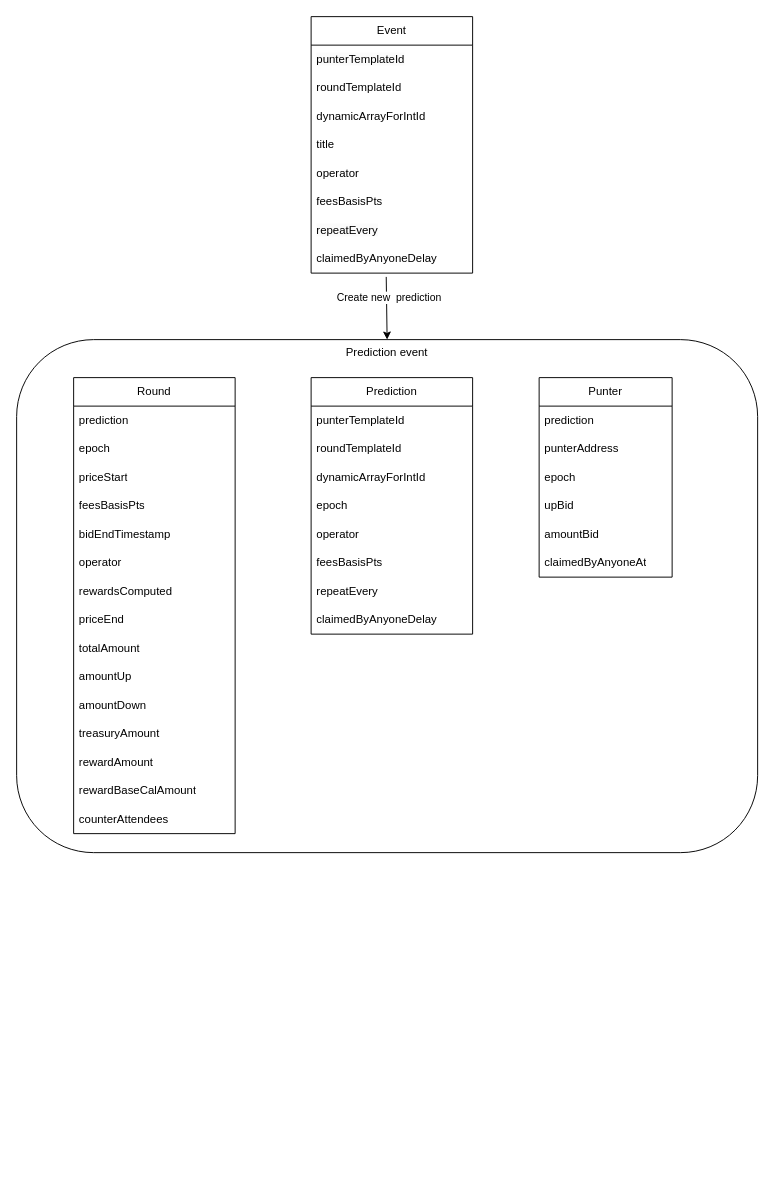
Earlier version of the draw.io diagram page "Page-3" (3 of 6) of docs/diagram.drawio (notrustverify/predictalph-contracts). Source tidied: cells renumbered, new cells numbered last; positions are measured from the earlier drawing's top-left corner, leaving out a move shared by most shapes. Both pictures are drawn from the tidied source at 95%, with x=0, y=0 at pixel (16, 16).
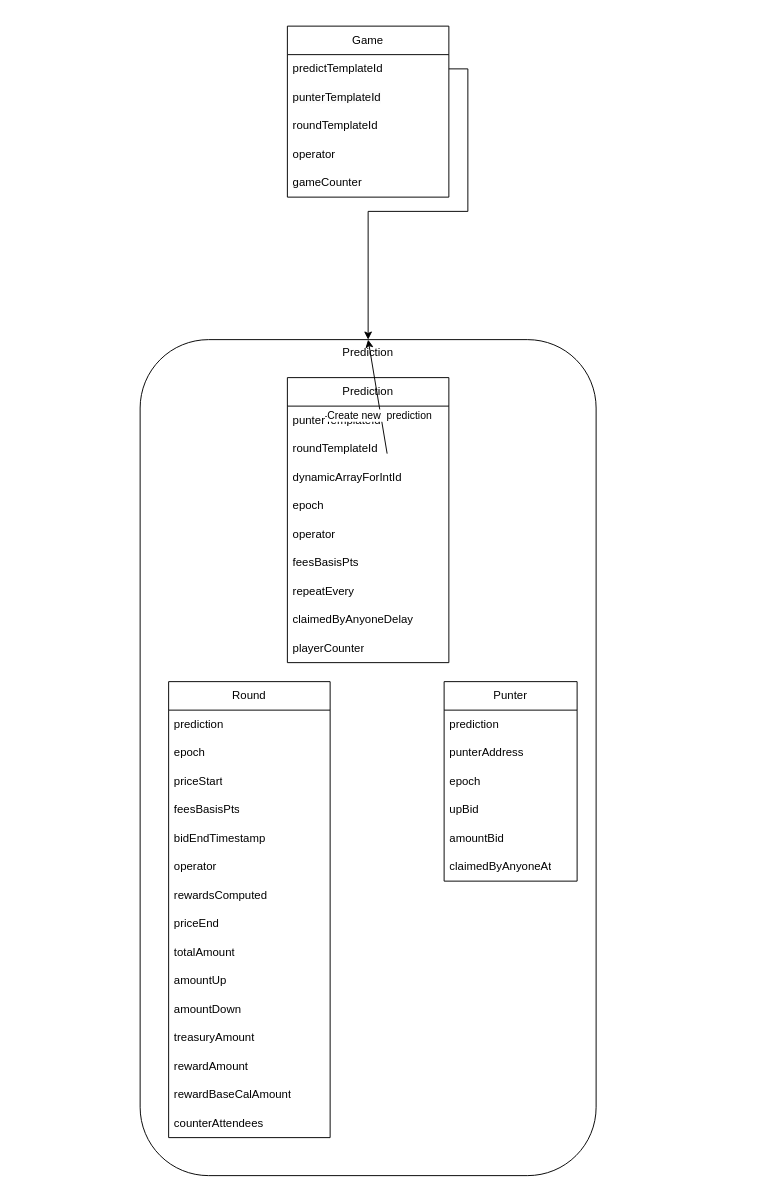
The same page after the edit.

Diff of the diagram source:
```diff
@@
+    <mxCell id="46" style="edgeStyle=orthogonalEdgeStyle;rounded=0;jettySize=auto;html=1;exitX=0.5;exitY=0;exitDx=0;exitDy=0;entryX=1;entryY=0.5;entryDx=0;entryDy=0;startArrow=classic;startFill=1;endArrow=none;endFill=0;" parent="1" edge="1" source="2" target="48">
+      <mxGeometry relative="1" as="geometry" />
+    </mxCell>
-    <mxCell id="2" value="Prediction event" style="rounded=1;whiteSpace=wrap;html=1;verticalAlign=top;" parent="1" vertex="1">
-      <mxGeometry y="340" width="780" height="540" as="geometry" />
+    <mxCell id="2" value="Prediction" style="rounded=1;whiteSpace=wrap;html=1;verticalAlign=top;" parent="1" vertex="1">
+      <mxGeometry x="130" y="340" width="480" height="880" as="geometry" />
     </mxCell>
     <mxCell id="3" value="Prediction" style="swimlane;fontStyle=0;horizontal=1;startSize=30;whiteSpace=wrap;html=1;" parent="1" vertex="1">
-      <mxGeometry x="310" y="380" width="170" height="270" as="geometry" />
+      <mxGeometry x="285" y="380" width="170" height="300" as="geometry" />
     </mxCell>
@@
+    <mxCell id="47" value="playerCounter" style="text;strokeColor=none;fillColor=none;align=left;verticalAlign=middle;spacingLeft=4;spacingRight=4;overflow=hidden;whiteSpace=wrap;html=1;" parent="3" vertex="1">
+      <mxGeometry y="270" width="170" height="30" as="geometry" />
+    </mxCell>
     <mxCell id="12" value="Punter" style="swimlane;fontStyle=0;horizontal=1;startSize=30;whiteSpace=wrap;html=1;" parent="1" vertex="1">
-      <mxGeometry x="550" y="380" width="140" height="210" as="geometry" />
+      <mxGeometry x="450" y="700" width="140" height="210" as="geometry" />
     </mxCell>
@@
     <mxCell id="19" value="Round" style="swimlane;fontStyle=0;horizontal=1;startSize=30;whiteSpace=wrap;html=1;" parent="1" vertex="1">
-      <mxGeometry x="60" y="380" width="170" height="480" as="geometry" />
+      <mxGeometry x="160" y="700" width="170" height="480" as="geometry" />
     </mxCell>
@@
-    <mxCell id="35" value="Event" style="swimlane;fontStyle=0;horizontal=1;startSize=30;whiteSpace=wrap;html=1;" parent="1" vertex="1">
-      <mxGeometry x="310" width="170" height="270" as="geometry" />
+    <mxCell id="35" value="Game" style="swimlane;fontStyle=0;horizontal=1;startSize=30;whiteSpace=wrap;html=1;" parent="1" vertex="1">
+      <mxGeometry x="285" y="10" width="170" height="180" as="geometry" />
     </mxCell>
+    <mxCell id="48" value="predictTemplateId" style="text;strokeColor=none;fillColor=none;align=left;verticalAlign=middle;spacingLeft=4;spacingRight=4;overflow=hidden;points=[[0,0.5],[1,0.5]];portConstraint=eastwest;whiteSpace=wrap;html=1;" parent="35" vertex="1">
+      <mxGeometry y="30" width="170" height="30" as="geometry" />
+    </mxCell>
     <mxCell id="36" value="&lt;span style=&quot;color: rgb(0, 0, 0); font-family: Helvetica; font-size: 12px; font-style: normal; font-variant-ligatures: normal; font-variant-caps: normal; font-weight: 400; letter-spacing: normal; orphans: 2; text-align: left; text-indent: 0px; text-transform: none; widows: 2; word-spacing: 0px; -webkit-text-stroke-width: 0px; background-color: rgb(251, 251, 251); text-decoration-thickness: initial; text-decoration-style: initial; text-decoration-color: initial; float: none; display: inline !important;&quot;&gt;punterTemplateId&lt;/span&gt;" style="text;strokeColor=none;fillColor=none;align=left;verticalAlign=middle;spacingLeft=4;spacingRight=4;overflow=hidden;whiteSpace=wrap;html=1;" parent="35" vertex="1">
-      <mxGeometry y="30" width="170" height="30" as="geometry" />
+      <mxGeometry y="60" width="170" height="30" as="geometry" />
     </mxCell>
     <mxCell id="37" value="roundTemplateId" style="text;strokeColor=none;fillColor=none;align=left;verticalAlign=middle;spacingLeft=4;spacingRight=4;overflow=hidden;whiteSpace=wrap;html=1;" parent="35" vertex="1">
-      <mxGeometry y="60" width="170" height="30" as="geometry" />
+      <mxGeometry y="90" width="170" height="30" as="geometry" />
     </mxCell>
-    <mxCell id="38" value="dynamicArrayForIntId" style="text;strokeColor=none;fillColor=none;align=left;verticalAlign=middle;spacingLeft=4;spacingRight=4;overflow=hidden;whiteSpace=wrap;html=1;" parent="35" vertex="1">
-      <mxGeometry y="90" width="170" height="30" as="geometry" />
-    </mxCell>
-    <mxCell id="39" value="title" style="text;strokeColor=none;fillColor=none;align=left;verticalAlign=middle;spacingLeft=4;spacingRight=4;overflow=hidden;whiteSpace=wrap;html=1;" parent="35" vertex="1">
-      <mxGeometry y="120" width="170" height="30" as="geometry" />
-    </mxCell>
     <mxCell id="40" value="operator" style="text;strokeColor=none;fillColor=none;align=left;verticalAlign=middle;spacingLeft=4;spacingRight=4;overflow=hidden;whiteSpace=wrap;html=1;" parent="35" vertex="1">
-      <mxGeometry y="150" width="170" height="30" as="geometry" />
+      <mxGeometry y="120" width="170" height="30" as="geometry" />
     </mxCell>
-    <mxCell id="41" value="feesBasisPts" style="text;strokeColor=none;fillColor=none;align=left;verticalAlign=middle;spacingLeft=4;spacingRight=4;overflow=hidden;whiteSpace=wrap;html=1;" parent="35" vertex="1">
-      <mxGeometry y="180" width="170" height="30" as="geometry" />
-    </mxCell>
-    <mxCell id="42" value="&lt;span style=&quot;color: rgb(0, 0, 0); font-family: Helvetica; font-size: 12px; font-style: normal; font-variant-ligatures: normal; font-variant-caps: normal; font-weight: 400; letter-spacing: normal; orphans: 2; text-align: left; text-indent: 0px; text-transform: none; widows: 2; word-spacing: 0px; -webkit-text-stroke-width: 0px; background-color: rgb(251, 251, 251); text-decoration-thickness: initial; text-decoration-style: initial; text-decoration-color: initial; float: none; display: inline !important;&quot;&gt;repeatEvery&lt;/span&gt;" style="text;strokeColor=none;fillColor=none;align=left;verticalAlign=middle;spacingLeft=4;spacingRight=4;overflow=hidden;whiteSpace=wrap;html=1;" parent="35" vertex="1">
-      <mxGeometry y="210" width="170" height="30" as="geometry" />
-    </mxCell>
-    <mxCell id="43" value="claimedByAnyoneDelay" style="text;strokeColor=none;fillColor=none;align=left;verticalAlign=middle;spacingLeft=4;spacingRight=4;overflow=hidden;points=[[0,0.5],[1,0.5]];portConstraint=eastwest;whiteSpace=wrap;html=1;" parent="35" vertex="1">
-      <mxGeometry y="240" width="170" height="30" as="geometry" />
-    </mxCell>
+    <mxCell id="49" value="gameCounter" style="text;strokeColor=none;fillColor=none;align=left;verticalAlign=middle;spacingLeft=4;spacingRight=4;overflow=hidden;whiteSpace=wrap;html=1;" parent="35" vertex="1">
+      <mxGeometry y="150" width="170" height="30" as="geometry" />
+    </mxCell>
-    <mxCell id="44" style="endArrow=classic;html=1;rounded=0;exitX=0.465;exitY=1.133;exitDx=0;exitDy=0;exitPerimeter=0;entryX=0.5;entryY=0;entryDx=0;entryDy=0;" parent="1" edge="1" source="43" target="2">
-      <mxGeometry relative="1" as="geometry" />
+    <mxCell id="44" style="endArrow=classic;html=1;rounded=0;exitX=0.465;exitY=1.133;exitDx=0;exitDy=0;exitPerimeter=0;entryX=0.5;entryY=0;entryDx=0;entryDy=0;" parent="1" edge="1" target="2">
+      <mxGeometry relative="1" as="geometry">
+        <mxPoint x="390" y="460" as="sourcePoint" />
+      </mxGeometry>
     </mxCell>
```
